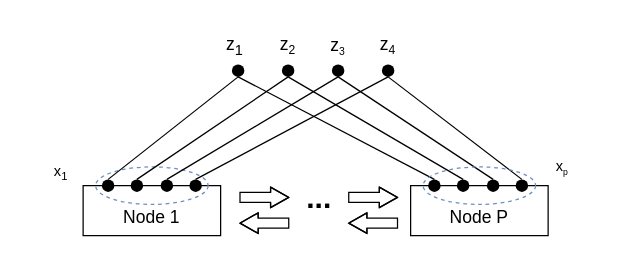
Before: global.drawio in abdzhangzeyu/draw.io, a draw.io diagram. Source tidied: cells renumbered, new cells numbered last; positions are measured from the earlier drawing's top-left corner, leaving out a move shared by most shapes. Both pictures are drawn from the tidied source at 125%, with x=0, y=0 at pixel (26, 26).
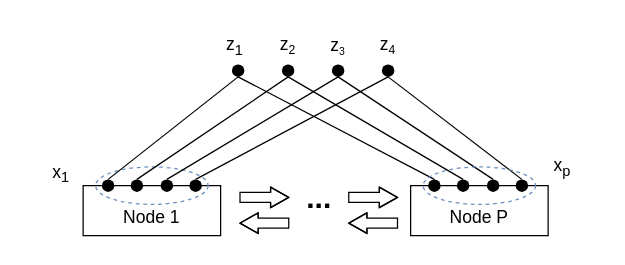
Above is the later version.

Diff of the diagram source:
```diff
@@
-    <mxCell id="23" value="&lt;span style=&quot;font-size: 11.6667px;&quot;&gt;x&lt;/span&gt;&lt;sub style=&quot;&quot;&gt;&lt;font style=&quot;font-size: 9px;&quot;&gt;1&lt;/font&gt;&lt;/sub&gt;" style="text;html=1;strokeColor=none;fillColor=none;align=center;verticalAlign=middle;whiteSpace=wrap;rounded=0;shadow=1;" parent="1" vertex="1">
+    <mxCell id="23" value="&lt;font style=&quot;font-size: 14px;&quot;&gt;x&lt;sub style=&quot;&quot;&gt;&lt;font style=&quot;&quot;&gt;1&lt;/font&gt;&lt;/sub&gt;&lt;/font&gt;" style="text;html=1;strokeColor=none;fillColor=none;align=center;verticalAlign=middle;whiteSpace=wrap;rounded=0;shadow=1;" parent="1" vertex="1">
       <mxGeometry y="102" width="55" height="30" as="geometry" />
     </mxCell>
-    <mxCell id="24" value="&lt;span style=&quot;font-size: 11.6667px;&quot;&gt;x&lt;/span&gt;&lt;span style=&quot;font-size: 8.33333px;&quot;&gt;&lt;sub&gt;p&lt;/sub&gt;&lt;/span&gt;" style="text;html=1;strokeColor=none;fillColor=none;align=center;verticalAlign=middle;whiteSpace=wrap;rounded=0;shadow=1;" parent="1" vertex="1">
+    <mxCell id="24" value="&lt;font style=&quot;font-size: 14px;&quot;&gt;x&lt;sub style=&quot;&quot;&gt;p&lt;/sub&gt;&lt;/font&gt;" style="text;html=1;strokeColor=none;fillColor=none;align=center;verticalAlign=middle;whiteSpace=wrap;rounded=0;shadow=1;" parent="1" vertex="1">
       <mxGeometry x="401" y="97" width="55" height="30" as="geometry" />
     </mxCell>
```
